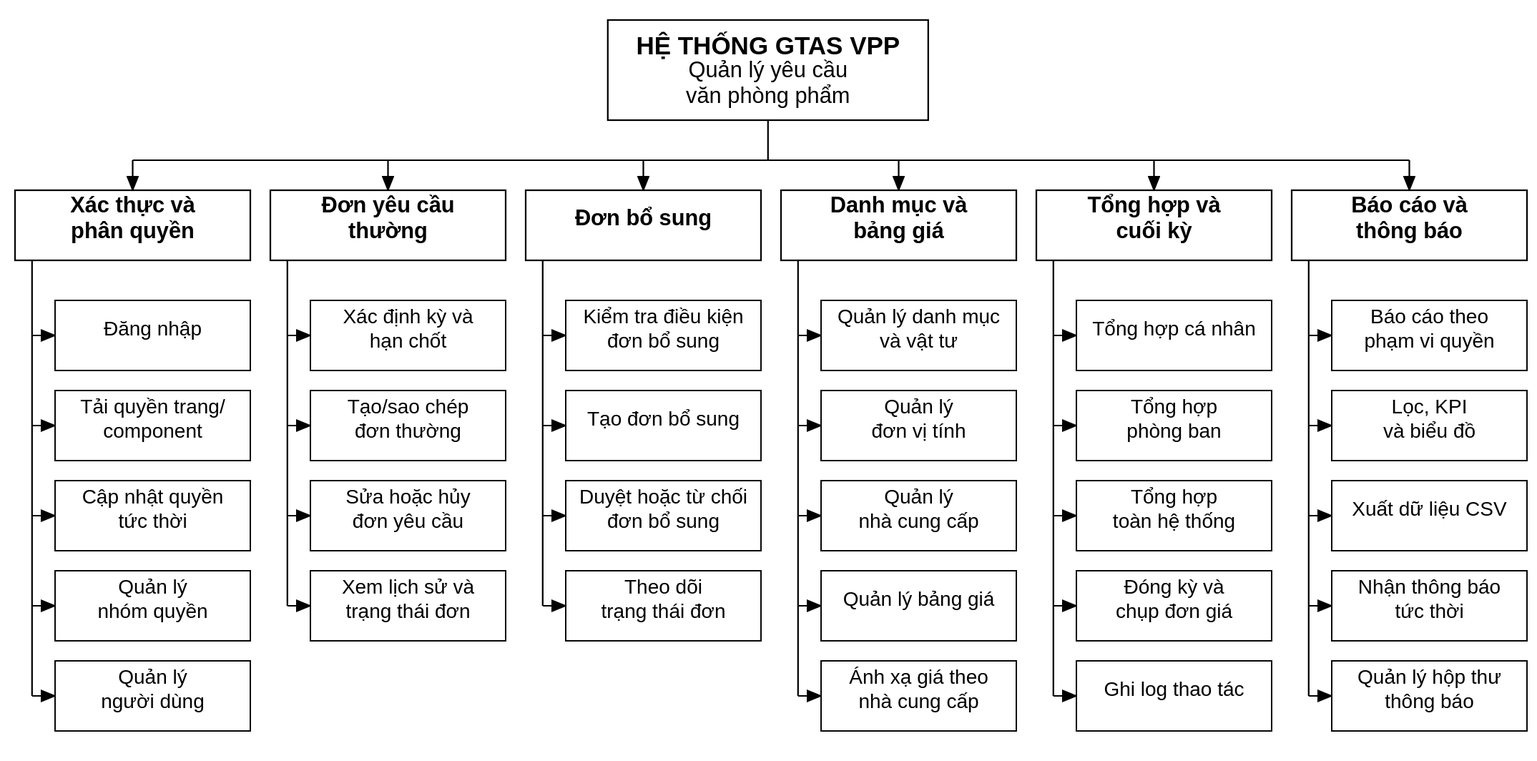
This is LVTN/diagrams/ch02/functional-decomposition.svg from Miikey24s/gtas_vpp, a PlantUML export, as it was before one commit. Its source is kept beside it as LVTN/diagrams/ch02/functional-decomposition.puml.
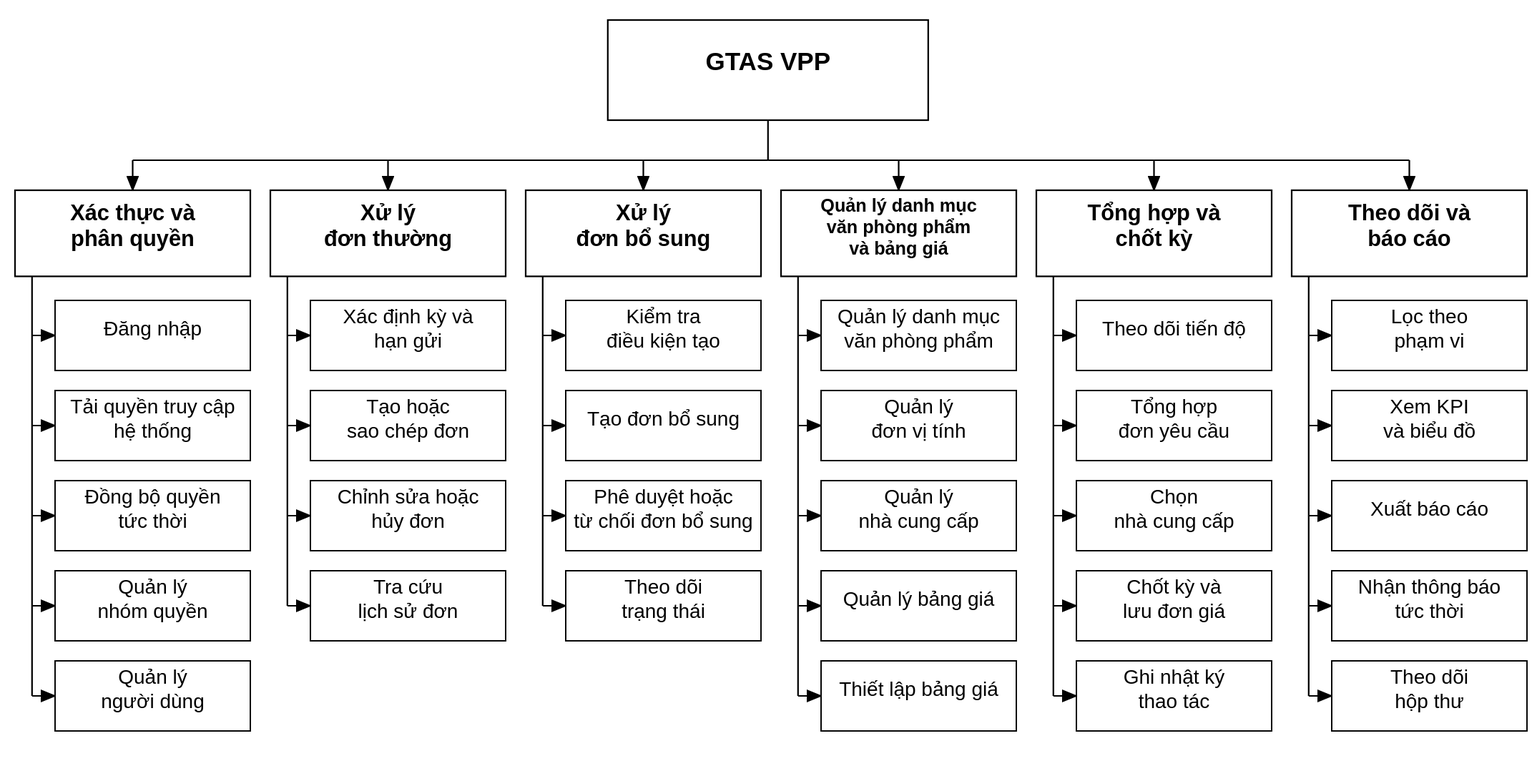
After the change.

The edit, as a diff of the source:
```diff
@@ -14,40 +14,40 @@
 }
 </style>
 
-* HỆ THỐNG GTAS VPP
+* GTAS VPP
 ** Xác thực và phân quyền
 *** Đăng nhập
-*** Tải quyền trang/component
-*** Cập nhật quyền tức thời
+*** Tải quyền truy cập hệ thống
+*** Đồng bộ quyền tức thời
 *** Quản lý nhóm quyền
 *** Quản lý người dùng
-** Đơn yêu cầu thường
-*** Xác định kỳ và hạn chốt
-*** Tạo hoặc sao chép đơn thường
-*** Sửa hoặc hủy đơn yêu cầu
-*** Xem lịch sử và trạng thái đơn
-** Đơn bổ sung
-*** Kiểm tra điều kiện đơn bổ sung
+** Xử lý đơn thường
+*** Xác định kỳ và hạn gửi
+*** Tạo hoặc sao chép đơn
+*** Chỉnh sửa hoặc hủy đơn
+*** Tra cứu lịch sử đơn
+** Xử lý đơn bổ sung
+*** Kiểm tra điều kiện tạo
 *** Tạo đơn bổ sung
-*** Duyệt hoặc từ chối đơn bổ sung
-*** Theo dõi trạng thái đơn
-** Danh mục và bảng giá
-*** Quản lý danh mục và vật tư
+*** Phê duyệt hoặc từ chối đơn bổ sung
+*** Theo dõi trạng thái
+** Quản lý danh mục văn phòng phẩm và bảng giá
+*** Quản lý danh mục văn phòng phẩm
 *** Quản lý đơn vị tính
 *** Quản lý nhà cung cấp
 *** Quản lý bảng giá
-*** Ánh xạ giá theo nhà cung cấp
-** Tổng hợp và cuối kỳ
-*** Tổng hợp cá nhân
-*** Tổng hợp phòng ban
-*** Tổng hợp toàn hệ thống
-*** Đóng kỳ và chụp đơn giá
-*** Ghi log thao tác
-** Báo cáo và thông báo
-*** Báo cáo theo phạm vi quyền
-*** Lọc, KPI và biểu đồ
-*** Xuất dữ liệu CSV
+*** Thiết lập bảng giá
+** Tổng hợp và chốt kỳ
+*** Theo dõi tiến độ
+*** Tổng hợp đơn yêu cầu
+*** Chọn nhà cung cấp
+*** Chốt kỳ và lưu đơn giá
+*** Ghi nhật ký thao tác
+** Theo dõi và báo cáo
+*** Lọc theo phạm vi
+*** Xem KPI và biểu đồ
+*** Xuất báo cáo
 *** Nhận thông báo tức thời
-*** Quản lý hộp thư thông báo
+*** Theo dõi hộp thư
 
 @endwbs
```
